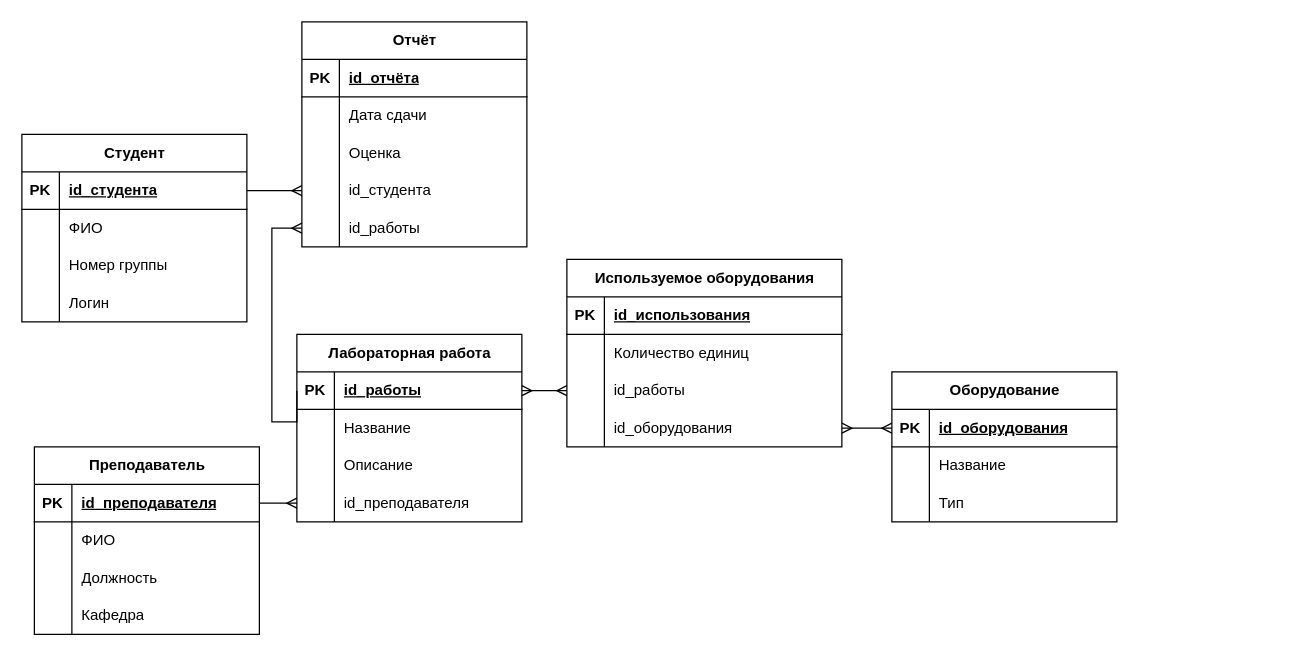
Above: models/er_logical.drawio in IamYonnie/Ucheb_pratc2026 (draw.io), before the change. Source tidied: cells renumbered, new cells numbered last; positions are measured from the earlier drawing's top-left corner, leaving out a move shared by most shapes. Both pictures are drawn from the tidied source at 125%, with x=0, y=0 at pixel (21, 21).
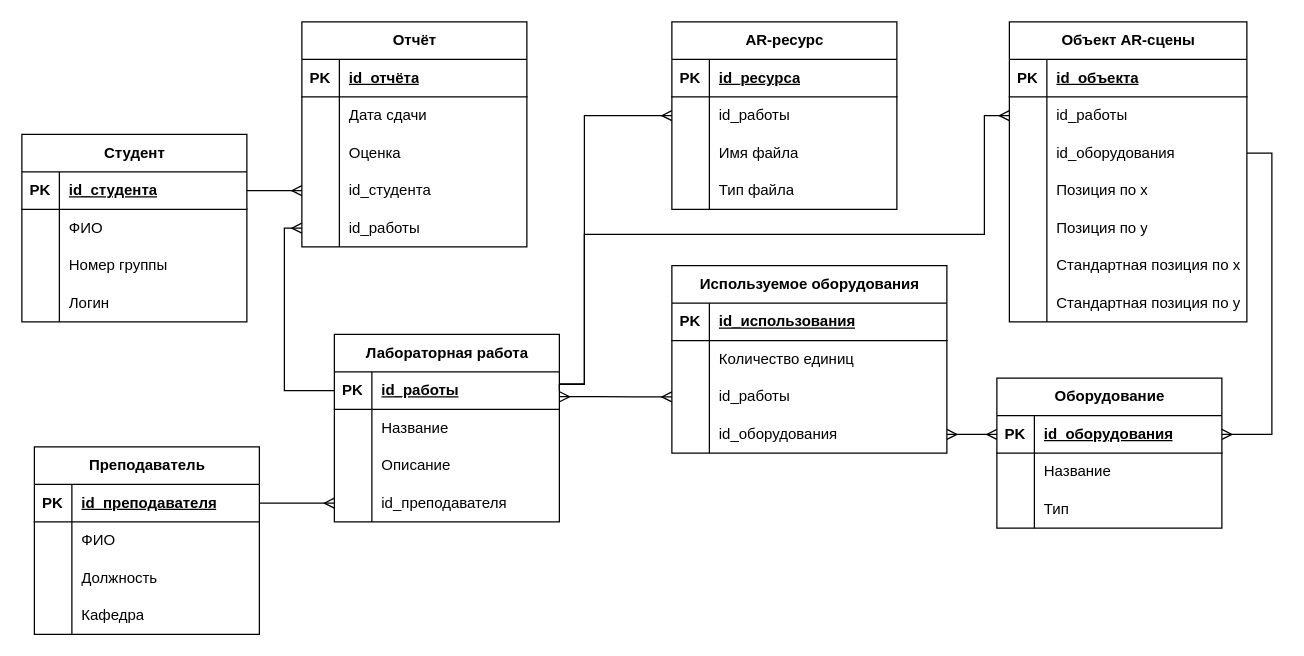
After the change.

Commit message (it also covers changes not shown here):
В логическую модель добавлены AR-ресурсы и объекты сцены

Unchanged cells that the change refers to:
```xml
<mxCell id="15" style="shape=tableRow;horizontal=0;startSize=0;swimlaneHead=0;swimlaneBody=0;fillColor=none;points=[[0,0.5],[1,0.5]];portConstraint=eastwest;top=0;left=0;right=0;bottom=0;" parent="2" vertex="1">
  <mxGeometry y="150" width="180" height="30" as="geometry" />
</mxCell>
<mxCell id="19" style="shape=tableRow;horizontal=0;startSize=0;swimlaneHead=0;swimlaneBody=0;fillColor=none;points=[[0,0.5],[1,0.5]];portConstraint=eastwest;top=0;left=0;right=0;bottom=1;" parent="18" vertex="1">
  <mxGeometry y="30" width="180" height="30" as="geometry" />
</mxCell>
<mxCell id="29" style="shape=tableRow;horizontal=0;startSize=0;swimlaneHead=0;swimlaneBody=0;fillColor=none;points=[[0,0.5],[1,0.5]];portConstraint=eastwest;top=0;left=0;right=0;bottom=1;" parent="28" vertex="1">
  <mxGeometry y="30" width="180" height="30" as="geometry" />
</mxCell>
<mxCell id="74" style="shape=tableRow;horizontal=0;startSize=0;swimlaneHead=0;swimlaneBody=0;fillColor=none;points=[[0,0.5],[1,0.5]];portConstraint=eastwest;top=0;left=0;right=0;bottom=0;" parent="67" vertex="1">
  <mxGeometry y="90" width="220" height="30" as="geometry" />
</mxCell>
```

The edit, as a diff of the source:
```diff
@@
     <mxCell id="18" value="Оборудование" style="shape=table;startSize=30;childLayout=tableLayout;rowLines=0;fontStyle=1;align=center;html=1;" parent="1" vertex="1">
-      <mxGeometry x="696" y="280" width="180" height="120" as="geometry" />
+      <mxGeometry x="780" y="285" width="180" height="120" as="geometry" />
     </mxCell>
@@
     <mxCell id="28" value="Лабораторная работа" style="shape=table;startSize=30;childLayout=tableLayout;rowLines=0;fontStyle=1;align=center;html=1;" parent="1" vertex="1">
-      <mxGeometry x="220" y="250" width="180" height="150" as="geometry" />
+      <mxGeometry x="250" y="250" width="180" height="150" as="geometry" />
     </mxCell>
@@
     <mxCell id="67" value="Используемое оборудования" style="shape=table;startSize=30;childLayout=tableLayout;rowLines=0;fontStyle=1;align=center;html=1;" parent="1" vertex="1">
-      <mxGeometry x="436" y="190" width="220" height="150" as="geometry" />
+      <mxGeometry x="520" y="195" width="220" height="150" as="geometry" />
     </mxCell>
@@
-    <mxCell id="80" style="edgeStyle=entityRelationEdgeStyle;fontSize=12;html=1;endArrow=ERmany;startArrow=ERmany;rounded=0;exitX=1;exitY=0.5;exitDx=0;exitDy=0;entryX=0;entryY=0.5;entryDx=0;entryDy=0;" parent="1" edge="1" source="29" target="74">
-      <mxGeometry relative="1" as="geometry" />
+    <mxCell id="80" style="edgeStyle=entityRelationEdgeStyle;fontSize=12;html=1;endArrow=ERmany;startArrow=ERmany;rounded=0;exitX=1.001;exitY=0.663;exitDx=0;exitDy=0;exitPerimeter=0;" parent="1" edge="1" source="29" target="74">
+      <mxGeometry x="0.59" relative="1" as="geometry" />
     </mxCell>
@@
     <mxCell id="84" style="edgeStyle=orthogonalEdgeStyle;fontSize=12;html=1;endArrow=ERmany;rounded=0;exitX=0;exitY=0.5;exitDx=0;exitDy=0;entryX=0;entryY=0.5;entryDx=0;entryDy=0;" parent="1" edge="1" source="29" target="15">
-      <mxGeometry relative="1" as="geometry">
+      <mxGeometry x="0.05" relative="1" as="geometry">
         <Array as="points">
-          <mxPoint x="220" y="320" />
-          <mxPoint x="200" y="320" />
-          <mxPoint x="200" y="165" />
+          <mxPoint x="210" y="295" />
+          <mxPoint x="210" y="165" />
         </Array>
       </mxGeometry>
     </mxCell>
+    <mxCell id="85" value="AR-ресурс" style="shape=table;startSize=30;childLayout=tableLayout;rowLines=0;fontStyle=1;align=center;html=1;" parent="1" vertex="1">
+      <mxGeometry x="520" width="180" height="150" as="geometry" />
+    </mxCell>
+    <mxCell id="86" style="shape=tableRow;horizontal=0;startSize=0;swimlaneHead=0;swimlaneBody=0;fillColor=none;top=0;left=0;right=0;bottom=1;" parent="85" vertex="1">
+      <mxGeometry y="30" width="180" height="30" as="geometry" />
+    </mxCell>
+    <mxCell id="87" value="PK" style="shape=partialRectangle;fillColor=none;top=0;left=0;bottom=0;right=0;fontStyle=1;overflow=hidden;whiteSpace=wrap;html=1;" parent="86" vertex="1">
+      <mxGeometry width="30" height="30" as="geometry" />
+    </mxCell>
+    <mxCell id="88" value="id_ресурса" style="shape=partialRectangle;fillColor=none;top=0;left=0;bottom=0;right=0;align=left;spacingLeft=6;fontStyle=5;overflow=hidden;whiteSpace=wrap;html=1;" parent="86" vertex="1">
+      <mxGeometry x="30" width="150" height="30" as="geometry" />
+    </mxCell>
+    <mxCell id="89" style="shape=tableRow;horizontal=0;startSize=0;swimlaneHead=0;swimlaneBody=0;fillColor=none;points=[[0,0.5],[1,0.5]];portConstraint=eastwest;top=0;left=0;right=0;bottom=0;" parent="85" vertex="1">
+      <mxGeometry y="60" width="180" height="30" as="geometry" />
+    </mxCell>
+    <mxCell id="90" style="shape=partialRectangle;fillColor=none;top=0;left=0;bottom=0;right=0;overflow=hidden;whiteSpace=wrap;html=1;" parent="89" vertex="1">
+      <mxGeometry width="30" height="30" as="geometry" />
+    </mxCell>
+    <mxCell id="91" value="id_работы" style="shape=partialRectangle;fillColor=none;top=0;left=0;bottom=0;right=0;align=left;spacingLeft=6;overflow=hidden;whiteSpace=wrap;html=1;" parent="89" vertex="1">
+      <mxGeometry x="30" width="150" height="30" as="geometry" />
+    </mxCell>
+    <mxCell id="92" style="shape=tableRow;horizontal=0;startSize=0;swimlaneHead=0;swimlaneBody=0;fillColor=none;top=0;left=0;right=0;bottom=0;" parent="85" vertex="1">
+      <mxGeometry y="90" width="180" height="30" as="geometry" />
+    </mxCell>
+    <mxCell id="93" style="shape=partialRectangle;fillColor=none;top=0;left=0;bottom=0;right=0;overflow=hidden;whiteSpace=wrap;html=1;" parent="92" vertex="1">
+      <mxGeometry width="30" height="30" as="geometry" />
+    </mxCell>
+    <mxCell id="94" value="Имя файла" style="shape=partialRectangle;fillColor=none;top=0;left=0;bottom=0;right=0;align=left;spacingLeft=6;overflow=hidden;whiteSpace=wrap;html=1;" parent="92" vertex="1">
+      <mxGeometry x="30" width="150" height="30" as="geometry" />
+    </mxCell>
+    <mxCell id="95" style="shape=tableRow;horizontal=0;startSize=0;swimlaneHead=0;swimlaneBody=0;fillColor=none;top=0;left=0;right=0;bottom=0;" parent="85" vertex="1">
+      <mxGeometry y="120" width="180" height="30" as="geometry" />
+    </mxCell>
+    <mxCell id="96" style="shape=partialRectangle;fillColor=none;top=0;left=0;bottom=0;right=0;overflow=hidden;whiteSpace=wrap;html=1;" parent="95" vertex="1">
+      <mxGeometry width="30" height="30" as="geometry" />
+    </mxCell>
+    <mxCell id="97" value="Тип файла" style="shape=partialRectangle;fillColor=none;top=0;left=0;bottom=0;right=0;align=left;spacingLeft=6;overflow=hidden;whiteSpace=wrap;html=1;" parent="95" vertex="1">
+      <mxGeometry x="30" width="150" height="30" as="geometry" />
+    </mxCell>
+    <mxCell id="98" value="Объект AR-сцены" style="shape=table;startSize=30;childLayout=tableLayout;rowLines=0;fontStyle=1;align=center;html=1;" parent="1" vertex="1">
+      <mxGeometry x="790" width="190" height="240" as="geometry" />
+    </mxCell>
+    <mxCell id="99" style="shape=tableRow;horizontal=0;startSize=0;swimlaneHead=0;swimlaneBody=0;fillColor=none;top=0;left=0;right=0;bottom=1;" parent="98" vertex="1">
+      <mxGeometry y="30" width="190" height="30" as="geometry" />
+    </mxCell>
+    <mxCell id="100" value="PK" style="shape=partialRectangle;fillColor=none;top=0;left=0;bottom=0;right=0;fontStyle=1;overflow=hidden;whiteSpace=wrap;html=1;" parent="99" vertex="1">
+      <mxGeometry width="30" height="30" as="geometry" />
+    </mxCell>
+    <mxCell id="101" value="id_объекта" style="shape=partialRectangle;fillColor=none;top=0;left=0;bottom=0;right=0;align=left;spacingLeft=6;fontStyle=5;overflow=hidden;whiteSpace=wrap;html=1;" parent="99" vertex="1">
+      <mxGeometry x="30" width="160" height="30" as="geometry" />
+    </mxCell>
+    <mxCell id="102" style="shape=tableRow;horizontal=0;startSize=0;swimlaneHead=0;swimlaneBody=0;fillColor=none;points=[[0,0.5],[1,0.5]];portConstraint=eastwest;top=0;left=0;right=0;bottom=0;" parent="98" vertex="1">
+      <mxGeometry y="60" width="190" height="30" as="geometry" />
+    </mxCell>
+    <mxCell id="103" style="shape=partialRectangle;fillColor=none;top=0;left=0;bottom=0;right=0;overflow=hidden;whiteSpace=wrap;html=1;" parent="102" vertex="1">
+      <mxGeometry width="30" height="30" as="geometry" />
+    </mxCell>
+    <mxCell id="104" value="id_работы" style="shape=partialRectangle;fillColor=none;top=0;left=0;bottom=0;right=0;align=left;spacingLeft=6;overflow=hidden;whiteSpace=wrap;html=1;" parent="102" vertex="1">
+      <mxGeometry x="30" width="160" height="30" as="geometry" />
+    </mxCell>
+    <mxCell id="105" style="shape=tableRow;horizontal=0;startSize=0;swimlaneHead=0;swimlaneBody=0;fillColor=none;points=[[0,0.5],[1,0.5]];portConstraint=eastwest;top=0;left=0;right=0;bottom=0;" parent="98" vertex="1">
+      <mxGeometry y="90" width="190" height="30" as="geometry" />
+    </mxCell>
+    <mxCell id="106" style="shape=partialRectangle;fillColor=none;top=0;left=0;bottom=0;right=0;overflow=hidden;whiteSpace=wrap;html=1;" parent="105" vertex="1">
+      <mxGeometry width="30" height="30" as="geometry" />
+    </mxCell>
+    <mxCell id="107" value="id_оборудования" style="shape=partialRectangle;fillColor=none;top=0;left=0;bottom=0;right=0;align=left;spacingLeft=6;overflow=hidden;whiteSpace=wrap;html=1;" parent="105" vertex="1">
+      <mxGeometry x="30" width="160" height="30" as="geometry" />
+    </mxCell>
+    <mxCell id="108" style="shape=tableRow;horizontal=0;startSize=0;swimlaneHead=0;swimlaneBody=0;fillColor=none;top=0;left=0;right=0;bottom=0;" parent="98" vertex="1">
+      <mxGeometry y="120" width="190" height="30" as="geometry" />
+    </mxCell>
+    <mxCell id="109" style="shape=partialRectangle;fillColor=none;top=0;left=0;bottom=0;right=0;overflow=hidden;whiteSpace=wrap;html=1;" parent="108" vertex="1">
+      <mxGeometry width="30" height="30" as="geometry" />
+    </mxCell>
+    <mxCell id="110" value="Позиция по x" style="shape=partialRectangle;fillColor=none;top=0;left=0;bottom=0;right=0;align=left;spacingLeft=6;overflow=hidden;whiteSpace=wrap;html=1;" parent="108" vertex="1">
+      <mxGeometry x="30" width="160" height="30" as="geometry" />
+    </mxCell>
+    <mxCell id="111" style="shape=tableRow;horizontal=0;startSize=0;swimlaneHead=0;swimlaneBody=0;fillColor=none;top=0;left=0;right=0;bottom=0;" parent="98" vertex="1">
+      <mxGeometry y="150" width="190" height="30" as="geometry" />
+    </mxCell>
+    <mxCell id="112" style="shape=partialRectangle;fillColor=none;top=0;left=0;bottom=0;right=0;overflow=hidden;whiteSpace=wrap;html=1;" parent="111" vertex="1">
+      <mxGeometry width="30" height="30" as="geometry" />
+    </mxCell>
+    <mxCell id="113" value="Позиция по y" style="shape=partialRectangle;fillColor=none;top=0;left=0;bottom=0;right=0;align=left;spacingLeft=6;overflow=hidden;whiteSpace=wrap;html=1;" parent="111" vertex="1">
+      <mxGeometry x="30" width="160" height="30" as="geometry" />
+    </mxCell>
+    <mxCell id="114" style="shape=tableRow;horizontal=0;startSize=0;swimlaneHead=0;swimlaneBody=0;fillColor=none;top=0;left=0;right=0;bottom=0;" parent="98" vertex="1">
+      <mxGeometry y="180" width="190" height="30" as="geometry" />
+    </mxCell>
+    <mxCell id="115" style="shape=partialRectangle;fillColor=none;top=0;left=0;bottom=0;right=0;overflow=hidden;whiteSpace=wrap;html=1;" parent="114" vertex="1">
+      <mxGeometry width="30" height="30" as="geometry" />
+    </mxCell>
+    <mxCell id="116" value="Стандартная позиция по x" style="shape=partialRectangle;fillColor=none;top=0;left=0;bottom=0;right=0;align=left;spacingLeft=6;overflow=hidden;whiteSpace=wrap;html=1;" parent="114" vertex="1">
+      <mxGeometry x="30" width="160" height="30" as="geometry" />
+    </mxCell>
+    <mxCell id="117" style="shape=tableRow;horizontal=0;startSize=0;swimlaneHead=0;swimlaneBody=0;fillColor=none;top=0;left=0;right=0;bottom=0;" parent="98" vertex="1">
+      <mxGeometry y="210" width="190" height="30" as="geometry" />
+    </mxCell>
+    <mxCell id="118" style="shape=partialRectangle;fillColor=none;top=0;left=0;bottom=0;right=0;overflow=hidden;whiteSpace=wrap;html=1;" parent="117" vertex="1">
+      <mxGeometry width="30" height="30" as="geometry" />
+    </mxCell>
+    <mxCell id="119" value="Стандартная позиция по y" style="shape=partialRectangle;fillColor=none;top=0;left=0;bottom=0;right=0;align=left;spacingLeft=6;overflow=hidden;whiteSpace=wrap;html=1;" parent="117" vertex="1">
+      <mxGeometry x="30" width="160" height="30" as="geometry" />
+    </mxCell>
+    <mxCell id="120" style="edgeStyle=orthogonalEdgeStyle;rounded=0;jettySize=auto;html=1;exitX=1;exitY=0.5;exitDx=0;exitDy=0;entryX=0;entryY=0.5;entryDx=0;entryDy=0;defaultLabelBackgroundColor=page;labelPadding=0 4;endArrow=ERmany;endFill=0;" parent="1" edge="1" source="29" target="89">
+      <mxGeometry relative="1" as="geometry">
+        <Array as="points">
+          <mxPoint x="430" y="290" />
+          <mxPoint x="450" y="290" />
+          <mxPoint x="450" y="75" />
+        </Array>
+      </mxGeometry>
+    </mxCell>
+    <mxCell id="121" style="edgeStyle=orthogonalEdgeStyle;rounded=0;jettySize=auto;html=1;exitX=0;exitY=0.5;exitDx=0;exitDy=0;entryX=1.003;entryY=0.321;entryDx=0;entryDy=0;defaultLabelBackgroundColor=page;labelPadding=0 4;entryPerimeter=0;endArrow=none;endFill=0;startArrow=ERmany;startFill=0;" parent="1" edge="1" source="102" target="29">
+      <mxGeometry x="-0.12" relative="1" as="geometry">
+        <Array as="points">
+          <mxPoint x="770" y="75" />
+          <mxPoint x="770" y="170" />
+          <mxPoint x="450" y="170" />
+          <mxPoint x="450" y="289.6" />
+        </Array>
+      </mxGeometry>
+    </mxCell>
+    <mxCell id="122" style="edgeStyle=orthogonalEdgeStyle;rounded=0;jettySize=auto;html=1;exitX=1;exitY=0.5;exitDx=0;exitDy=0;entryX=1;entryY=0.5;entryDx=0;entryDy=0;defaultLabelBackgroundColor=page;labelPadding=0 4;endArrow=ERmany;endFill=0;" parent="1" edge="1" source="105" target="19">
+      <mxGeometry relative="1" as="geometry" />
+    </mxCell>
```
